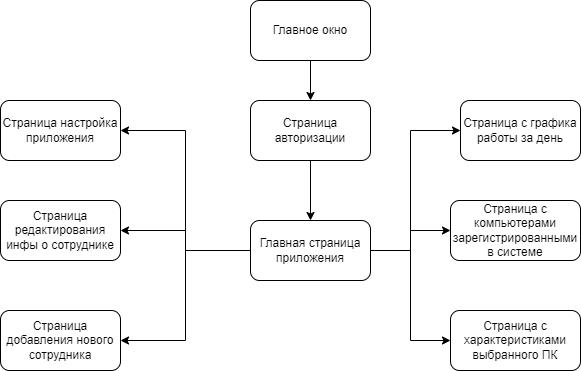
Above: Диаграмма без названия.drawio.png in youveryaggressiveman/ViewManager (draw.io), before the change. Source tidied: cells renumbered, new cells last; positions are measured from the earlier drawing's top-left corner, leaving out a move shared by most shapes.
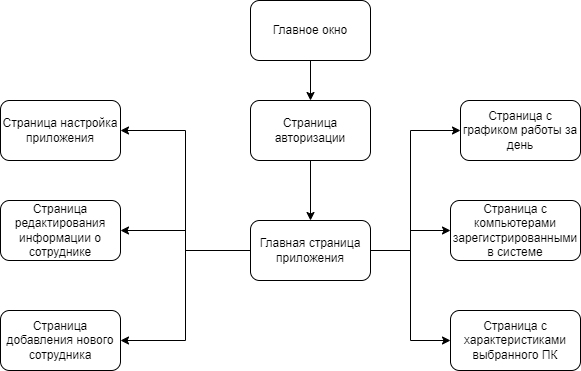
After the change.

Change to the diagram source:
```diff
@@ -37,13 +37,13 @@
     <mxCell id="11" value="Страница настройка приложения" style="rounded=1;whiteSpace=wrap;html=1;align=center;verticalAlign=middle;" parent="1" vertex="1">
       <mxGeometry y="100" width="120" height="60" as="geometry" />
     </mxCell>
-    <mxCell id="12" value="Страница редактирования инфы о сотруднике" style="rounded=1;whiteSpace=wrap;html=1;align=center;verticalAlign=middle;" parent="1" vertex="1">
+    <mxCell id="12" value="Страница редактирования информации о сотруднике" style="rounded=1;whiteSpace=wrap;html=1;align=center;verticalAlign=middle;" parent="1" vertex="1">
       <mxGeometry y="200" width="120" height="60" as="geometry" />
     </mxCell>
     <mxCell id="13" value="Страница добавления нового сотрудника" style="rounded=1;whiteSpace=wrap;html=1;align=center;verticalAlign=middle;" parent="1" vertex="1">
       <mxGeometry y="310" width="120" height="60" as="geometry" />
     </mxCell>
-    <mxCell id="14" value="Страница с графика работы за день" style="rounded=1;whiteSpace=wrap;html=1;align=center;verticalAlign=middle;" parent="1" vertex="1">
+    <mxCell id="14" value="Страница с графиком работы за день" style="rounded=1;whiteSpace=wrap;html=1;align=center;verticalAlign=middle;" parent="1" vertex="1">
       <mxGeometry x="460" y="100" width="120" height="60" as="geometry" />
     </mxCell>
     <mxCell id="15" value="Страница с компьютерами зарегистрированными в системе" style="rounded=1;whiteSpace=wrap;html=1;align=center;verticalAlign=middle;" parent="1" vertex="1">
```
